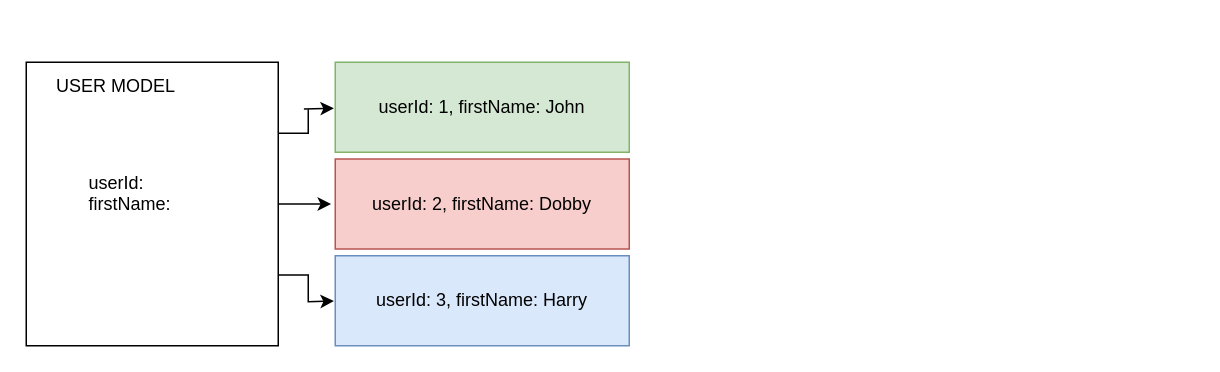
Earlier version of the draw.io diagram flow.drawio (karankumarshreds/NodePrivateMessaging). Source tidied: cells renumbered, new cells numbered last; positions are measured from the earlier drawing's top-left corner, leaving out a move shared by most shapes. Both pictures are drawn from the tidied source at 150%, with x=0, y=0 at pixel (26, 62).
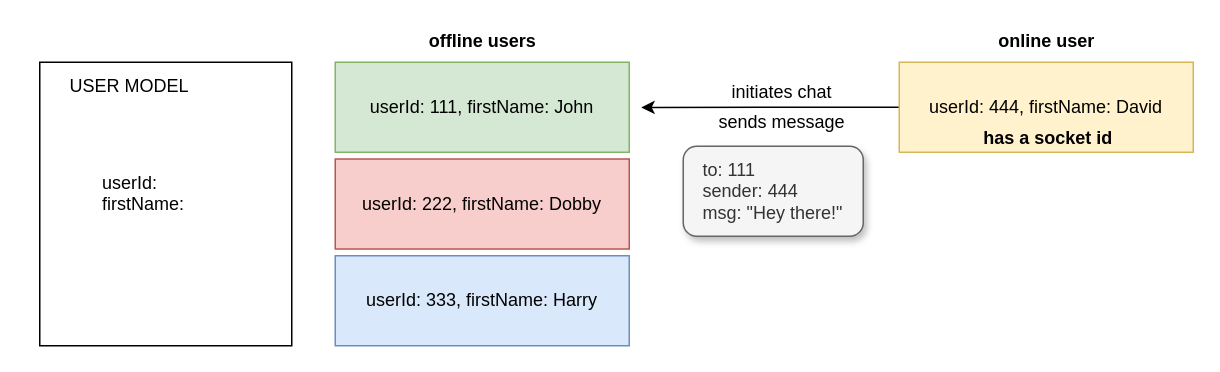
Above is the later version.

What changed in the source:
```diff
@@
 <mxGraphModel>
   <root>
     <mxCell id="0" />
     <mxCell id="1" parent="0" />
-    <mxCell id="2" style="edgeStyle=orthogonalEdgeStyle;rounded=0;jettySize=auto;html=1;exitX=1;exitY=0.25;exitDx=0;exitDy=0;" parent="1" edge="1" source="5">
-      <mxGeometry relative="1" as="geometry">
-        <mxPoint x="205.1" y="30.7" as="targetPoint" />
-      </mxGeometry>
-    </mxCell>
-    <mxCell id="3" style="edgeStyle=orthogonalEdgeStyle;rounded=0;jettySize=auto;html=1;exitX=1;exitY=0.5;exitDx=0;exitDy=0;" parent="1" edge="1" source="5">
-      <mxGeometry relative="1" as="geometry">
-        <mxPoint x="203.2" y="95" as="targetPoint" />
-      </mxGeometry>
-    </mxCell>
-    <mxCell id="4" style="edgeStyle=orthogonalEdgeStyle;rounded=0;jettySize=auto;html=1;exitX=1;exitY=0.75;exitDx=0;exitDy=0;" parent="1" edge="1" source="5">
-      <mxGeometry relative="1" as="geometry">
-        <mxPoint x="205.1" y="159.2" as="targetPoint" />
-      </mxGeometry>
-    </mxCell>
     <mxCell id="5" value="&lt;blockquote style=&quot;margin: 0 0 0 40px ; border: none ; padding: 0px&quot;&gt;userId:&lt;/blockquote&gt;&lt;blockquote style=&quot;margin: 0 0 0 40px ; border: none ; padding: 0px&quot;&gt;firstName:&lt;/blockquote&gt;&lt;blockquote style=&quot;margin: 0 0 0 40px ; border: none ; padding: 0px&quot;&gt;&amp;nbsp;&lt;/blockquote&gt;" style="rounded=0;whiteSpace=wrap;html=1;align=left;" parent="1" vertex="1">
-      <mxGeometry width="168" height="189" as="geometry" />
+      <mxGeometry x="9" width="168" height="189" as="geometry" />
     </mxCell>
     <mxCell id="6" value="USER MODEL" style="text;html=1;strokeColor=none;fillColor=none;align=center;verticalAlign=middle;whiteSpace=wrap;rounded=0;" parent="1" vertex="1">
-      <mxGeometry x="9" y="6" width="102" height="20" as="geometry" />
+      <mxGeometry x="18" y="6" width="102" height="20" as="geometry" />
     </mxCell>
-    <mxCell id="7" value="userId: 1, firstName: John" style="rounded=0;whiteSpace=wrap;html=1;fillColor=#d5e8d4;strokeColor=#82b366;" parent="1" vertex="1">
+    <mxCell id="7" value="userId: 111, firstName: John" style="rounded=0;whiteSpace=wrap;html=1;fillColor=#d5e8d4;strokeColor=#82b366;" parent="1" vertex="1">
       <mxGeometry x="206" width="196" height="60" as="geometry" />
     </mxCell>
-    <mxCell id="8" value="userId: 2, firstName: Dobby" style="rounded=0;whiteSpace=wrap;html=1;fillColor=#f8cecc;strokeColor=#b85450;" parent="1" vertex="1">
+    <mxCell id="8" value="userId: 222, firstName: Dobby" style="rounded=0;whiteSpace=wrap;html=1;fillColor=#f8cecc;strokeColor=#b85450;" parent="1" vertex="1">
       <mxGeometry x="206" y="64.5" width="196" height="60" as="geometry" />
     </mxCell>
-    <mxCell id="9" value="userId: 3, firstName: Harry" style="rounded=0;whiteSpace=wrap;html=1;fillColor=#dae8fc;strokeColor=#6c8ebf;" parent="1" vertex="1">
+    <mxCell id="9" value="userId: 333, firstName: Harry" style="rounded=0;whiteSpace=wrap;html=1;fillColor=#dae8fc;strokeColor=#6c8ebf;" parent="1" vertex="1">
       <mxGeometry x="206" y="129" width="196" height="60" as="geometry" />
     </mxCell>
+    <mxCell id="10" style="edgeStyle=orthogonalEdgeStyle;rounded=0;jettySize=auto;html=1;exitX=0;exitY=0.5;exitDx=0;exitDy=0;" parent="1" edge="1" source="11">
+      <mxGeometry relative="1" as="geometry">
+        <mxPoint x="410" y="30.1" as="targetPoint" />
+      </mxGeometry>
+    </mxCell>
+    <mxCell id="11" value="userId: 444, firstName: David" style="rounded=0;whiteSpace=wrap;html=1;fillColor=#fff2cc;strokeColor=#d6b656;" parent="1" vertex="1">
+      <mxGeometry x="582" width="196" height="60" as="geometry" />
+    </mxCell>
+    <mxCell id="12" value="initiates chat" style="text;html=1;strokeColor=none;fillColor=none;align=center;verticalAlign=middle;whiteSpace=wrap;rounded=0;" parent="1" vertex="1">
+      <mxGeometry x="442" y="10" width="124" height="20" as="geometry" />
+    </mxCell>
+    <mxCell id="13" value="&lt;b&gt;offline users&lt;/b&gt;" style="text;html=1;strokeColor=none;fillColor=none;align=center;verticalAlign=middle;whiteSpace=wrap;rounded=0;" parent="1" vertex="1">
+      <mxGeometry x="258.5" y="-24" width="91" height="20" as="geometry" />
+    </mxCell>
+    <mxCell id="14" value="&lt;b&gt;online user&lt;/b&gt;" style="text;html=1;strokeColor=none;fillColor=none;align=center;verticalAlign=middle;whiteSpace=wrap;rounded=0;" parent="1" vertex="1">
+      <mxGeometry x="634.5" y="-24" width="91" height="20" as="geometry" />
+    </mxCell>
+    <mxCell id="15" value="&lt;b&gt;has a socket id&lt;/b&gt;" style="text;html=1;align=center;verticalAlign=middle;" parent="1" vertex="1">
+      <mxGeometry x="632.5" y="42" width="96" height="18" as="geometry" />
+    </mxCell>
+    <mxCell id="16" value="sends message" style="text;html=1;strokeColor=none;fillColor=none;align=center;verticalAlign=middle;whiteSpace=wrap;rounded=0;" parent="1" vertex="1">
+      <mxGeometry x="442" y="30" width="124" height="20" as="geometry" />
+    </mxCell>
+    <mxCell id="17" value="&lt;div style=&quot;text-align: justify&quot;&gt;&lt;span&gt;to: 111&lt;/span&gt;&lt;/div&gt;&lt;div style=&quot;text-align: justify&quot;&gt;&lt;span&gt;sender: 444&lt;/span&gt;&lt;/div&gt;&lt;div style=&quot;text-align: justify&quot;&gt;&lt;span&gt;msg: &quot;Hey there!&quot;&lt;/span&gt;&lt;/div&gt;" style="rounded=1;whiteSpace=wrap;html=1;fillColor=#f5f5f5;strokeColor=#666666;fontColor=#333333;shadow=1;" parent="1" vertex="1">
+      <mxGeometry x="438" y="56" width="120" height="60" as="geometry" />
+    </mxCell>
   </root>
 </mxGraphModel>
```
